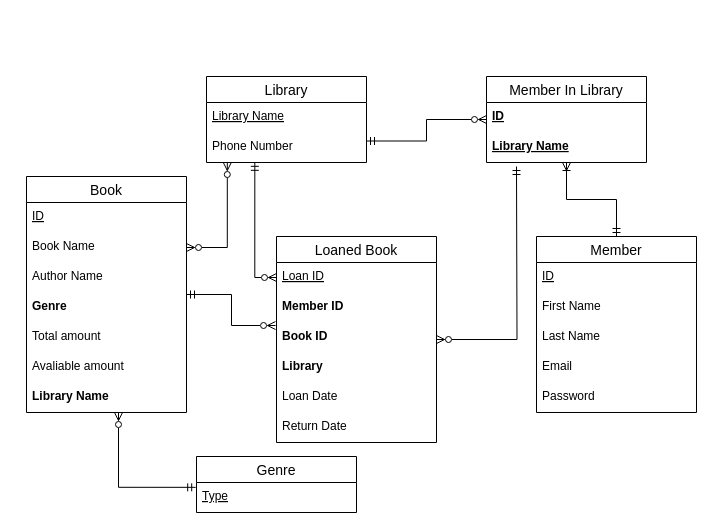
This is מטלה סופית/LibraryAppERD.drawio from galerez12/LibraryApp, a draw.io file, before an edit. Source tidied: cells renumbered, new cells numbered last; positions are measured from the earlier drawing's top-left corner, leaving out a move shared by most shapes. Both pictures are drawn from the tidied source at 100%, with x=0, y=0 at pixel (26, 76).
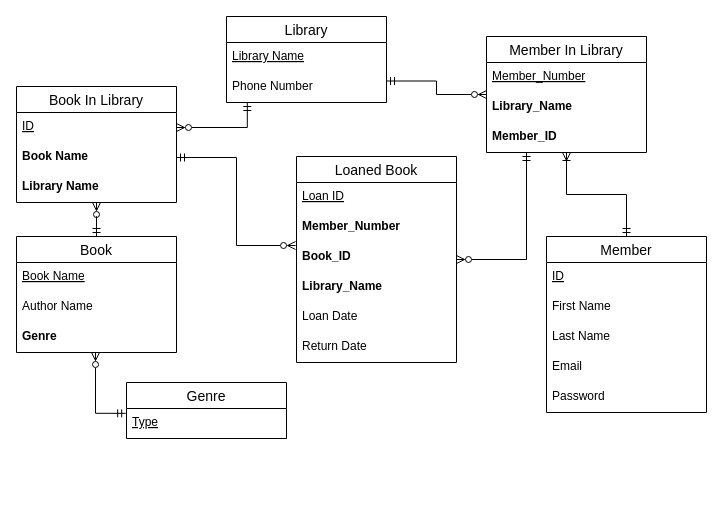
After the change.

The change refers to these unchanged cells:
```xml
<mxCell id="4" value="Phone Number" style="text;strokeColor=none;fillColor=none;spacingLeft=4;spacingRight=4;overflow=hidden;points=[[0,0.5],[1,0.5]];portConstraint=eastwest;fontSize=12;" parent="2" vertex="1">
  <mxGeometry y="56" width="160" height="30" as="geometry" />
</mxCell>
<mxCell id="21" value="Type" style="text;strokeColor=none;fillColor=none;spacingLeft=4;spacingRight=4;overflow=hidden;points=[[0,0.5],[1,0.5]];portConstraint=eastwest;fontSize=12;fontStyle=4;" parent="20" vertex="1">
  <mxGeometry y="26" width="160" height="30" as="geometry" />
</mxCell>
<mxCell id="24" value="Loan ID" style="text;strokeColor=none;fillColor=none;spacingLeft=4;spacingRight=4;overflow=hidden;points=[[0,0.5],[1,0.5]];portConstraint=eastwest;fontSize=12;fontStyle=4;" parent="23" vertex="1">
  <mxGeometry y="26" width="160" height="30" as="geometry" />
</mxCell>
```

Diff of the diagram source:
```diff
@@
     <mxCell id="2" value="Library" style="swimlane;fontStyle=0;horizontal=1;startSize=26;align=center;fontSize=14;" parent="1" vertex="1">
-      <mxGeometry x="180" width="160" height="86" as="geometry" />
+      <mxGeometry x="200" y="-60" width="160" height="86" as="geometry" />
     </mxCell>
@@
     <mxCell id="5" value="Member" style="swimlane;fontStyle=0;horizontal=1;startSize=26;align=center;fontSize=14;" parent="1" vertex="1">
-      <mxGeometry x="510" y="160" width="160" height="176" as="geometry" />
+      <mxGeometry x="520" y="160" width="160" height="176" as="geometry" />
     </mxCell>
@@
-    <mxCell id="11" style="edgeStyle=orthogonalEdgeStyle;rounded=0;jettySize=auto;html=1;entryX=-0.006;entryY=1.1;entryDx=0;entryDy=0;entryPerimeter=0;startArrow=ERmandOne;startFill=0;endArrow=ERzeroToMany;endFill=0;" parent="1" edge="1" source="12" target="25">
+    <mxCell id="11" style="edgeStyle=orthogonalEdgeStyle;rounded=0;jettySize=auto;html=1;entryX=-0.006;entryY=1.1;entryDx=0;entryDy=0;entryPerimeter=0;startArrow=ERmandOne;startFill=0;endArrow=ERzeroToMany;endFill=0;exitX=1;exitY=0.5;exitDx=0;exitDy=0;" parent="1" edge="1" source="41" target="25">
       <mxGeometry relative="1" as="geometry" />
     </mxCell>
+    <mxCell id="38" style="edgeStyle=orthogonalEdgeStyle;rounded=0;jettySize=auto;html=1;entryX=0.5;entryY=1;entryDx=0;entryDy=0;endArrow=ERzeroToMany;endFill=0;startArrow=ERmandOne;startFill=0;" parent="1" edge="1" source="12" target="40">
+      <mxGeometry relative="1" as="geometry" />
+    </mxCell>
     <mxCell id="12" value="Book" style="swimlane;fontStyle=0;horizontal=1;startSize=26;align=center;fontSize=14;" parent="1" vertex="1">
-      <mxGeometry y="100" width="160" height="236" as="geometry" />
+      <mxGeometry x="-10" y="160" width="160" height="116" as="geometry" />
     </mxCell>
-    <mxCell id="13" value="ID" style="text;strokeColor=none;fillColor=none;spacingLeft=4;spacingRight=4;overflow=hidden;points=[[0,0.5],[1,0.5]];portConstraint=eastwest;fontSize=12;fontStyle=4;" parent="12" vertex="1">
-      <mxGeometry y="26" width="160" height="30" as="geometry" />
-    </mxCell>
-    <mxCell id="14" value="Book Name" style="text;strokeColor=none;fillColor=none;spacingLeft=4;spacingRight=4;overflow=hidden;points=[[0,0.5],[1,0.5]];portConstraint=eastwest;fontSize=12;fontStyle=0;" parent="12" vertex="1">
-      <mxGeometry y="56" width="160" height="30" as="geometry" />
+    <mxCell id="14" value="Book Name" style="text;strokeColor=none;fillColor=none;spacingLeft=4;spacingRight=4;overflow=hidden;points=[[0,0.5],[1,0.5]];portConstraint=eastwest;fontSize=12;fontStyle=4;" parent="12" vertex="1">
+      <mxGeometry y="26" width="160" height="30" as="geometry" />
     </mxCell>
     <mxCell id="15" value="Author Name" style="text;strokeColor=none;fillColor=none;spacingLeft=4;spacingRight=4;overflow=hidden;fontSize=12;fontStyle=0;" parent="12" vertex="1">
-      <mxGeometry y="86" width="160" height="30" as="geometry" />
+      <mxGeometry y="56" width="160" height="30" as="geometry" />
     </mxCell>
     <mxCell id="16" value="Genre" style="text;strokeColor=none;fillColor=none;spacingLeft=4;spacingRight=4;overflow=hidden;points=[[0,0.5],[1,0.5]];portConstraint=eastwest;fontSize=12;fontStyle=1;" parent="12" vertex="1">
-      <mxGeometry y="116" width="160" height="30" as="geometry" />
+      <mxGeometry y="86" width="160" height="30" as="geometry" />
     </mxCell>
-    <mxCell id="17" value="Total amount" style="text;strokeColor=none;fillColor=none;spacingLeft=4;spacingRight=4;overflow=hidden;fontSize=12;fontStyle=0;" parent="12" vertex="1">
-      <mxGeometry y="146" width="160" height="30" as="geometry" />
-    </mxCell>
-    <mxCell id="18" value="Avaliable amount" style="text;strokeColor=none;fillColor=none;spacingLeft=4;spacingRight=4;overflow=hidden;fontSize=12;fontStyle=0;" parent="12" vertex="1">
-      <mxGeometry y="176" width="160" height="30" as="geometry" />
-    </mxCell>
-    <mxCell id="19" value="Library Name" style="text;strokeColor=none;fillColor=none;spacingLeft=4;spacingRight=4;overflow=hidden;points=[[0,0.5],[1,0.5]];portConstraint=eastwest;fontSize=12;fontStyle=1;" parent="12" vertex="1">
-      <mxGeometry y="206" width="160" height="30" as="geometry" />
-    </mxCell>
     <mxCell id="20" value="Genre" style="swimlane;fontStyle=0;horizontal=1;startSize=26;align=center;fontSize=14;" parent="1" vertex="1">
-      <mxGeometry x="170" y="380" width="160" height="56" as="geometry" />
+      <mxGeometry x="100" y="306" width="160" height="56" as="geometry" />
     </mxCell>
@@
-    <mxCell id="22" style="edgeStyle=orthogonalEdgeStyle;rounded=0;jettySize=auto;html=1;startArrow=ERzeroToMany;startFill=0;endArrow=ERmandOne;endFill=0;" parent="1" edge="1" source="23">
-      <mxGeometry relative="1" as="geometry">
-        <mxPoint x="490" y="90" as="targetPoint" />
-      </mxGeometry>
+    <mxCell id="22" style="edgeStyle=orthogonalEdgeStyle;rounded=0;jettySize=auto;html=1;startArrow=ERzeroToMany;startFill=0;endArrow=ERmandOne;endFill=0;entryX=0.25;entryY=1;entryDx=0;entryDy=0;exitX=1;exitY=0.5;exitDx=0;exitDy=0;" parent="1" edge="1" source="23" target="35">
+      <mxGeometry relative="1" as="geometry" />
     </mxCell>
     <mxCell id="23" value="Loaned Book" style="swimlane;fontStyle=0;horizontal=1;startSize=26;align=center;fontSize=14;" parent="1" vertex="1">
-      <mxGeometry x="250" y="160" width="160" height="206" as="geometry" />
+      <mxGeometry x="270" y="80" width="160" height="206" as="geometry" />
     </mxCell>
@@
-    <mxCell id="25" value="Member ID" style="text;strokeColor=none;fillColor=none;spacingLeft=4;spacingRight=4;overflow=hidden;points=[[0,0.5],[1,0.5]];portConstraint=eastwest;fontSize=12;fontStyle=1;" parent="23" vertex="1">
+    <mxCell id="25" value="Member_Number" style="text;strokeColor=none;fillColor=none;spacingLeft=4;spacingRight=4;overflow=hidden;points=[[0,0.5],[1,0.5]];portConstraint=eastwest;fontSize=12;fontStyle=1;" parent="23" vertex="1">
       <mxGeometry y="56" width="160" height="30" as="geometry" />
     </mxCell>
-    <mxCell id="26" value="Book ID" style="text;strokeColor=none;fillColor=none;spacingLeft=4;spacingRight=4;overflow=hidden;fontSize=12;fontStyle=1;" parent="23" vertex="1">
+    <mxCell id="26" value="Book_ID" style="text;strokeColor=none;fillColor=none;spacingLeft=4;spacingRight=4;overflow=hidden;fontSize=12;fontStyle=1;" parent="23" vertex="1">
       <mxGeometry y="86" width="160" height="30" as="geometry" />
     </mxCell>
-    <mxCell id="27" value="Library" style="text;strokeColor=none;fillColor=none;spacingLeft=4;spacingRight=4;overflow=hidden;fontSize=12;fontStyle=1;" parent="23" vertex="1">
+    <mxCell id="27" value="Library_Name" style="text;strokeColor=none;fillColor=none;spacingLeft=4;spacingRight=4;overflow=hidden;fontSize=12;fontStyle=1;" parent="23" vertex="1">
       <mxGeometry y="116" width="160" height="30" as="geometry" />
     </mxCell>
@@
-    <mxCell id="30" style="edgeStyle=orthogonalEdgeStyle;rounded=0;jettySize=auto;html=1;exitX=0.302;exitY=0.994;exitDx=0;exitDy=0;entryX=0;entryY=0.5;entryDx=0;entryDy=0;startArrow=ERmandOne;startFill=0;endArrow=ERzeroToMany;endFill=0;exitPerimeter=0;" parent="1" edge="1" source="4" target="24">
-      <mxGeometry relative="1" as="geometry" />
-    </mxCell>
-    <mxCell id="31" style="edgeStyle=orthogonalEdgeStyle;rounded=0;jettySize=auto;html=1;entryX=0.575;entryY=1;entryDx=0;entryDy=0;entryPerimeter=0;startArrow=ERmandOne;startFill=0;endArrow=ERzeroToMany;endFill=0;exitX=-0.005;exitY=0.161;exitDx=0;exitDy=0;exitPerimeter=0;" parent="1" edge="1" source="21" target="19">
+    <mxCell id="31" style="edgeStyle=orthogonalEdgeStyle;rounded=0;jettySize=auto;html=1;entryX=0.494;entryY=1;entryDx=0;entryDy=0;startArrow=ERmandOne;startFill=0;endArrow=ERzeroToMany;endFill=0;exitX=-0.005;exitY=0.161;exitDx=0;exitDy=0;exitPerimeter=0;entryPerimeter=0;" parent="1" edge="1" source="21" target="16">
       <mxGeometry relative="1" as="geometry" />
     </mxCell>
-    <mxCell id="32" style="edgeStyle=orthogonalEdgeStyle;rounded=0;jettySize=auto;html=1;startArrow=ERzeroToMany;startFill=0;endArrow=ERzeroToMany;endFill=0;entryX=0.13;entryY=1;entryDx=0;entryDy=0;entryPerimeter=0;" parent="1" edge="1" source="14" target="4">
+    <mxCell id="32" style="edgeStyle=orthogonalEdgeStyle;rounded=0;jettySize=auto;html=1;startArrow=ERzeroToMany;startFill=0;endArrow=ERmandOne;endFill=0;entryX=0.13;entryY=1;entryDx=0;entryDy=0;entryPerimeter=0;exitX=1;exitY=0.5;exitDx=0;exitDy=0;" parent="1" edge="1" source="13" target="4">
       <mxGeometry relative="1" as="geometry" />
     </mxCell>
@@
     <mxCell id="35" value="Member In Library" style="swimlane;fontStyle=0;horizontal=1;startSize=26;align=center;fontSize=14;" parent="1" vertex="1">
-      <mxGeometry x="460" width="160" height="86" as="geometry" />
+      <mxGeometry x="460" y="-40" width="160" height="116" as="geometry" />
     </mxCell>
-    <mxCell id="36" value="ID" style="text;strokeColor=none;fillColor=none;spacingLeft=4;spacingRight=4;overflow=hidden;fontSize=12;fontStyle=5;" parent="35" vertex="1">
+    <mxCell id="36" value="Member_Number" style="text;strokeColor=none;fillColor=none;spacingLeft=4;spacingRight=4;overflow=hidden;fontSize=12;fontStyle=4;" parent="35" vertex="1">
       <mxGeometry y="26" width="160" height="30" as="geometry" />
     </mxCell>
-    <mxCell id="37" value="Library Name" style="text;strokeColor=none;fillColor=none;spacingLeft=4;spacingRight=4;overflow=hidden;fontSize=12;fontStyle=5;" parent="35" vertex="1">
+    <mxCell id="37" value="Library_Name" style="text;strokeColor=none;fillColor=none;spacingLeft=4;spacingRight=4;overflow=hidden;fontSize=12;fontStyle=1;" parent="35" vertex="1">
       <mxGeometry y="56" width="160" height="30" as="geometry" />
     </mxCell>
+    <mxCell id="39" value="Member_ID" style="text;strokeColor=none;fillColor=none;spacingLeft=4;spacingRight=4;overflow=hidden;fontSize=12;fontStyle=1;" parent="35" vertex="1">
+      <mxGeometry y="86" width="160" height="30" as="geometry" />
+    </mxCell>
+    <mxCell id="40" value="Book In Library" style="swimlane;fontStyle=0;horizontal=1;startSize=26;align=center;fontSize=14;" parent="1" vertex="1">
+      <mxGeometry x="-10" y="10" width="160" height="116" as="geometry" />
+    </mxCell>
+    <mxCell id="13" value="ID" style="text;strokeColor=none;fillColor=none;spacingLeft=4;spacingRight=4;overflow=hidden;points=[[0,0.5],[1,0.5]];portConstraint=eastwest;fontSize=12;fontStyle=4;" parent="40" vertex="1">
+      <mxGeometry y="26" width="160" height="30" as="geometry" />
+    </mxCell>
+    <mxCell id="41" value="Book Name" style="text;strokeColor=none;fillColor=none;spacingLeft=4;spacingRight=4;overflow=hidden;points=[[0,0.5],[1,0.5]];portConstraint=eastwest;fontSize=12;fontStyle=1;" parent="40" vertex="1">
+      <mxGeometry y="56" width="160" height="30" as="geometry" />
+    </mxCell>
+    <mxCell id="19" value="Library Name" style="text;strokeColor=none;fillColor=none;spacingLeft=4;spacingRight=4;overflow=hidden;points=[[0,0.5],[1,0.5]];portConstraint=eastwest;fontSize=12;fontStyle=1;" parent="40" vertex="1">
+      <mxGeometry y="86" width="160" height="30" as="geometry" />
+    </mxCell>
```
